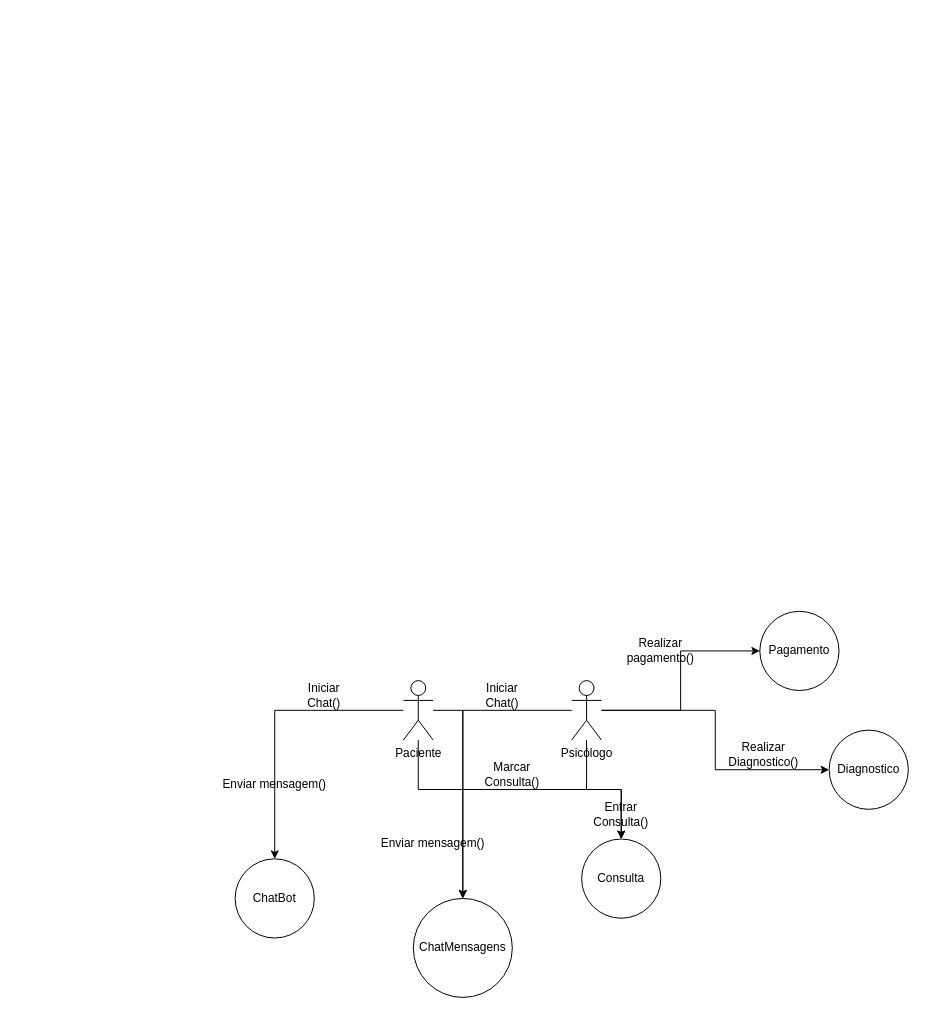
Before: Diagrama sem nome.drawio in PENEzz/uml, a draw.io diagram. Source tidied: cells renumbered, new cells numbered last; positions are measured from the earlier drawing's top-left corner, leaving out a move shared by most shapes. Both pictures are drawn from the tidied source at 99%, with x=0, y=0 at pixel (235, 611).
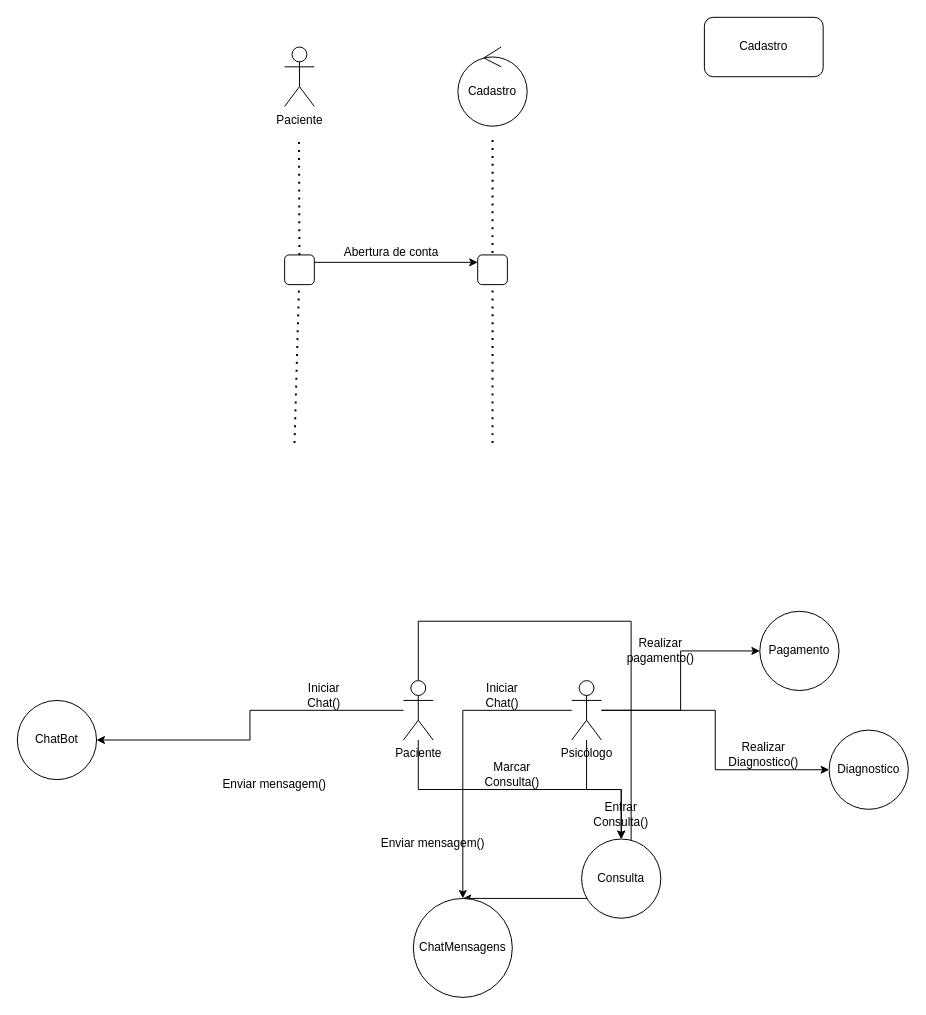
Above is the later version.

The change refers to these unchanged cells:
```xml
<mxCell id="5" value="Paciente" style="shape=umlActor;verticalLabelPosition=bottom;verticalAlign=top;html=1;outlineConnect=0;" parent="1" vertex="1">
  <mxGeometry x="170" y="70" width="30" height="60" as="geometry" />
</mxCell>
<mxCell id="11" value="ChatMensagens" style="ellipse;whiteSpace=wrap;html=1;" parent="1" vertex="1">
  <mxGeometry x="180" y="290" width="100" height="100" as="geometry" />
</mxCell>
```

What changed in the source:
```diff
@@
     <mxCell id="2" style="edgeStyle=orthogonalEdgeStyle;rounded=0;jettySize=auto;html=1;entryX=0.5;entryY=0;entryDx=0;entryDy=0;" parent="1" edge="1" source="5" target="11">
       <mxGeometry relative="1" as="geometry">
         <Array as="points">
-          <mxPoint x="230" y="100" />
+          <mxPoint x="185" y="10" />
+          <mxPoint x="400" y="10" />
+          <mxPoint x="400" y="290" />
         </Array>
       </mxGeometry>
     </mxCell>
@@
     <mxCell id="12" value="ChatBot" style="ellipse;whiteSpace=wrap;html=1;" parent="1" vertex="1">
-      <mxGeometry y="250" width="80" height="80" as="geometry" />
+      <mxGeometry x="-220" y="90" width="80" height="80" as="geometry" />
     </mxCell>
@@
+    <mxCell id="24" value="Paciente" style="shape=umlActor;verticalLabelPosition=bottom;verticalAlign=top;html=1;" parent="1" vertex="1">
+      <mxGeometry x="50" y="-570" width="30" height="60" as="geometry" />
+    </mxCell>
+    <mxCell id="25" value="Cadastro" style="rounded=1;whiteSpace=wrap;html=1;" parent="1" vertex="1">
+      <mxGeometry x="474" y="-600" width="120" height="60" as="geometry" />
+    </mxCell>
+    <mxCell id="26" style="endArrow=none;dashed=1;html=1;dashPattern=1 3;strokeWidth=2;rounded=0;" parent="1" edge="1" source="29">
+      <mxGeometry relative="1" as="geometry">
+        <mxPoint x="64.5" y="-480" as="targetPoint" />
+      </mxGeometry>
+    </mxCell>
+    <mxCell id="27" style="endArrow=none;dashed=1;html=1;dashPattern=1 3;strokeWidth=2;rounded=0;" parent="1" edge="1">
+      <mxGeometry relative="1" as="geometry">
+        <mxPoint x="260" y="-170" as="sourcePoint" />
+        <mxPoint x="260" y="-480" as="targetPoint" />
+        <Array as="points">
+          <mxPoint x="260" y="-340" />
+        </Array>
+      </mxGeometry>
+    </mxCell>
+    <mxCell id="28" style="endArrow=none;dashed=1;html=1;dashPattern=1 3;strokeWidth=2;rounded=0;" parent="1" edge="1" target="29">
+      <mxGeometry relative="1" as="geometry">
+        <mxPoint x="60" y="-170" as="sourcePoint" />
+      </mxGeometry>
+    </mxCell>
+    <mxCell id="29" style="rounded=1;whiteSpace=wrap;html=1;" parent="1" vertex="1">
+      <mxGeometry x="50" y="-360" width="30" height="30" as="geometry" />
+    </mxCell>
+    <mxCell id="30" style="rounded=1;whiteSpace=wrap;html=1;" parent="1" vertex="1">
+      <mxGeometry x="245" y="-360" width="30" height="30" as="geometry" />
+    </mxCell>
+    <mxCell id="31" style="endArrow=classic;html=1;rounded=0;exitX=1;exitY=0.25;exitDx=0;exitDy=0;entryX=0;entryY=0.25;entryDx=0;entryDy=0;" parent="1" edge="1" source="29" target="30">
+      <mxGeometry relative="1" as="geometry" />
+    </mxCell>
+    <mxCell id="32" value="Abertura de conta" style="text;html=1;align=center;verticalAlign=middle;whiteSpace=wrap;rounded=0;" parent="1" vertex="1">
+      <mxGeometry x="103" y="-377" width="110" height="30" as="geometry" />
+    </mxCell>
+    <mxCell id="33" value="Cadastro" style="ellipse;shape=umlControl;whiteSpace=wrap;html=1;" parent="1" vertex="1">
+      <mxGeometry x="225" y="-570" width="70" height="80" as="geometry" />
+    </mxCell>
```
